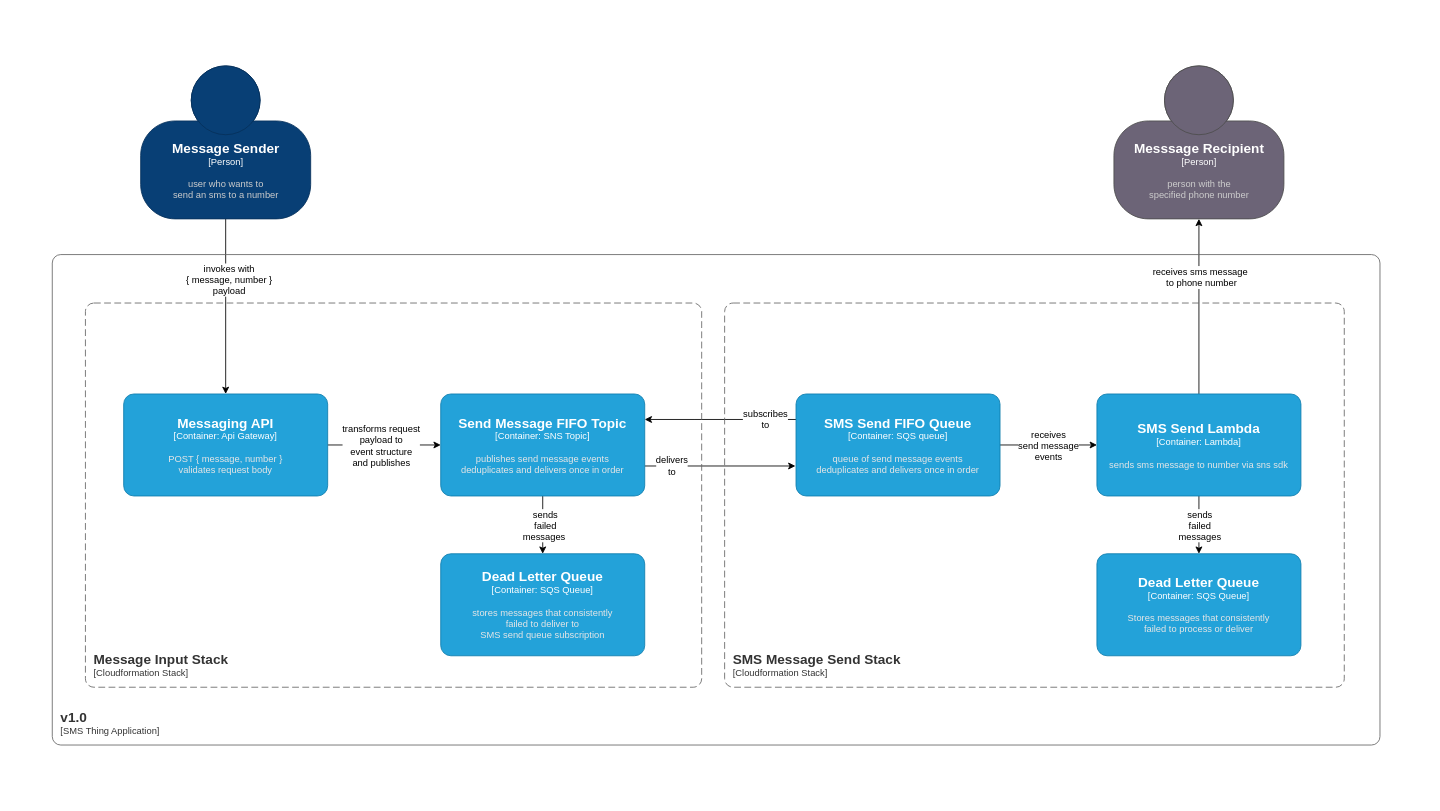
Earlier version of the draw.io diagram docs/diagram.drawio (revilossor/sms-thing). Source tidied: cells renumbered, new cells numbered last; positions are measured from the earlier drawing's top-left corner, leaving out a move shared by most shapes. Both pictures are drawn from the tidied source at 85%, with x=0, y=0 at pixel (14, 14).
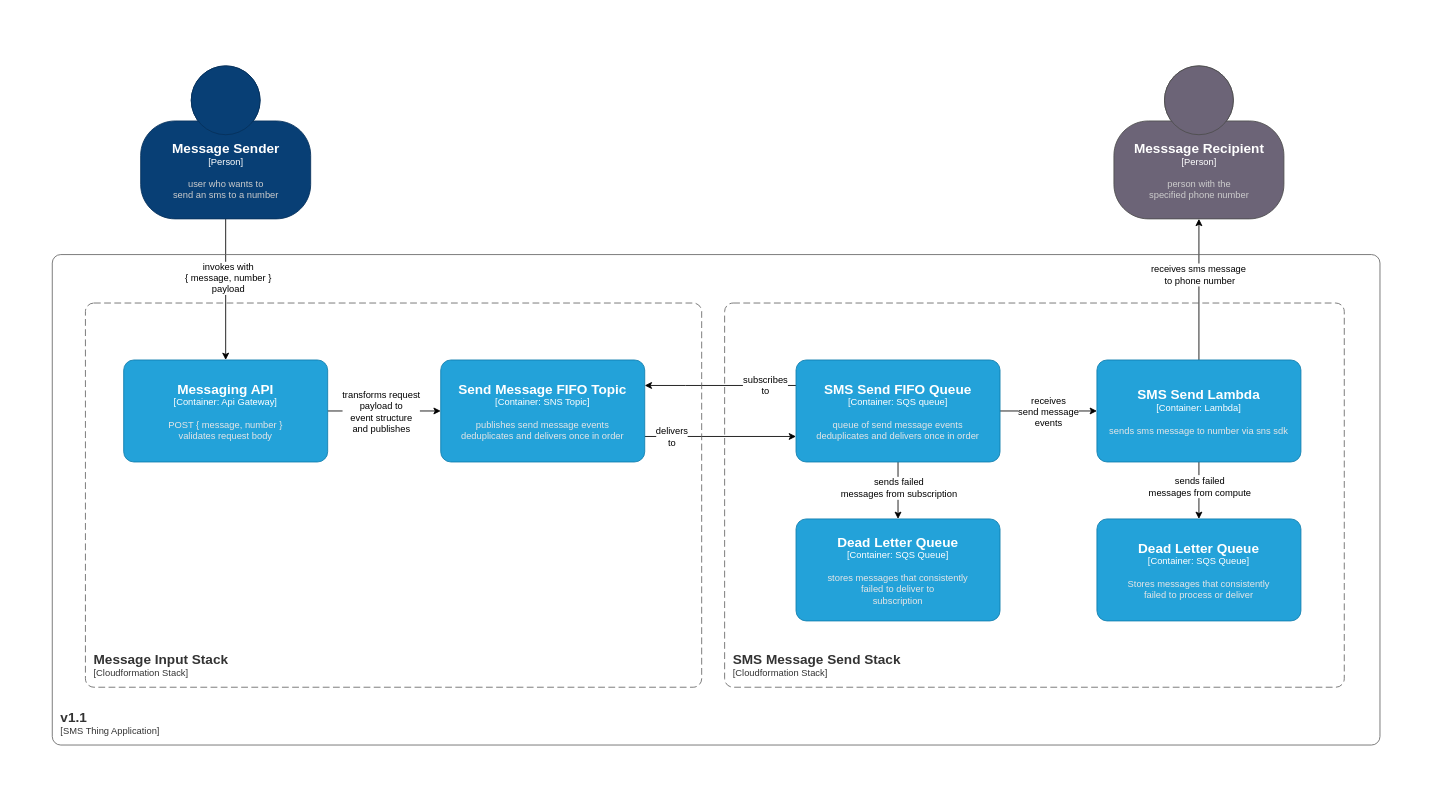
Above is the later version.

Commit message (it also covers changes not shown here):
update diagram; move delivery dlq into sms stack

Unchanged cells that the change refers to:
```xml
<mxCell id="3" style="edgeStyle=orthogonalEdgeStyle;rounded=0;jettySize=auto;html=1;entryX=0.5;entryY=0;entryDx=0;entryDy=0;entryPerimeter=0;" parent="1" edge="1" source="5" target="8">
  <mxGeometry relative="1" as="geometry" />
</mxCell>
<mxCell id="19" style="edgeStyle=orthogonalEdgeStyle;rounded=0;jettySize=auto;html=1;entryX=0.5;entryY=1;entryDx=0;entryDy=0;entryPerimeter=0;" parent="1" edge="1" source="23" target="24">
  <mxGeometry relative="1" as="geometry" />
</mxCell>
<mxCell id="21" style="edgeStyle=orthogonalEdgeStyle;rounded=0;jettySize=auto;html=1;entryX=0.5;entryY=0;entryDx=0;entryDy=0;entryPerimeter=0;" parent="1" edge="1" source="23" target="29">
  <mxGeometry relative="1" as="geometry" />
</mxCell>
```

Diff of the diagram source:
```diff
@@
     <mxCell id="4" value="invokes with&lt;br&gt;{ message, number }&lt;br&gt;payload" style="edgeLabel;html=1;align=center;verticalAlign=middle;" parent="3" vertex="1">
       <mxGeometry x="0.06" relative="1" as="geometry">
-        <mxPoint x="3" y="-38" as="offset" />
+        <mxPoint x="2" y="-19" as="offset" />
       </mxGeometry>
     </mxCell>
@@
     <object id="8" label="&lt;font style=&quot;font-size: 16px&quot;&gt;&lt;b&gt;%c4Name%&lt;/b&gt;&lt;/font&gt;&lt;div&gt;[%c4Type%: %c4Technology%]&lt;/div&gt;&lt;br&gt;&lt;div&gt;&lt;font style=&quot;font-size: 11px&quot;&gt;&lt;font color=&quot;#E6E6E6&quot;&gt;%c4Description%&lt;/font&gt;&lt;/div&gt;" c4Description="POST { message, number }&#10;validates request body" c4Name="Messaging API" c4Technology="Api Gateway" c4Type="Container" placeholders="1">
       <mxCell style="rounded=1;whiteSpace=wrap;html=1;fontSize=11;labelBackgroundColor=none;fillColor=#23A2D9;fontColor=#ffffff;align=center;arcSize=10;strokeColor=#0E7DAD;points=[[0.25,0,0],[0.5,0,0],[0.75,0,0],[1,0.25,0],[1,0.5,0],[1,0.75,0],[0.75,1,0],[0.5,1,0],[0.25,1,0],[0,0.75,0],[0,0.5,0],[0,0.25,0]];" parent="1" vertex="1">
-        <mxGeometry x="128" y="446" width="240" height="120" as="geometry" />
+        <mxGeometry x="128" y="406" width="240" height="120" as="geometry" />
       </mxCell>
     </object>
-    <mxCell id="9" style="edgeStyle=orthogonalEdgeStyle;rounded=0;jettySize=auto;html=1;entryX=-0.003;entryY=0.706;entryDx=0;entryDy=0;entryPerimeter=0;" parent="1" edge="1" source="13" target="18">
-      <mxGeometry relative="1" as="geometry">
-        <Array as="points">
-          <mxPoint x="919" y="531" />
-        </Array>
-      </mxGeometry>
+    <mxCell id="9" style="edgeStyle=orthogonalEdgeStyle;rounded=0;jettySize=auto;html=1;entryX=0;entryY=0.75;entryDx=0;entryDy=0;entryPerimeter=0;exitX=1;exitY=0.75;exitDx=0;exitDy=0;exitPerimeter=0;" parent="1" edge="1" source="13" target="18">
+      <mxGeometry relative="1" as="geometry" />
     </mxCell>
@@
-    <mxCell id="11" style="edgeStyle=orthogonalEdgeStyle;rounded=0;jettySize=auto;html=1;entryX=0.5;entryY=0;entryDx=0;entryDy=0;entryPerimeter=0;" parent="1" edge="1" source="13" target="28">
-      <mxGeometry relative="1" as="geometry" />
-    </mxCell>
-    <mxCell id="12" value="sends&lt;br&gt;failed&lt;br&gt;messages&amp;nbsp;" style="edgeLabel;html=1;align=center;verticalAlign=middle;" parent="11" vertex="1">
-      <mxGeometry y="2" relative="1" as="geometry" />
-    </mxCell>
     <object id="13" label="&lt;font style=&quot;font-size: 16px&quot;&gt;&lt;b&gt;%c4Name%&lt;/b&gt;&lt;/font&gt;&lt;div&gt;[%c4Type%: %c4Technology%]&lt;/div&gt;&lt;br&gt;&lt;div&gt;&lt;font style=&quot;font-size: 11px&quot;&gt;&lt;font color=&quot;#E6E6E6&quot;&gt;%c4Description%&lt;/font&gt;&lt;/div&gt;" c4Description="publishes send message events&#10;deduplicates and delivers once in order" c4Name="Send Message FIFO Topic" c4Technology="SNS Topic" c4Type="Container" placeholders="1">
       <mxCell style="rounded=1;whiteSpace=wrap;html=1;fontSize=11;labelBackgroundColor=none;fillColor=#23A2D9;fontColor=#ffffff;align=center;arcSize=10;strokeColor=#0E7DAD;points=[[0.25,0,0],[0.5,0,0],[0.75,0,0],[1,0.25,0],[1,0.5,0],[1,0.75,0],[0.75,1,0],[0.5,1,0],[0.25,1,0],[0,0.75,0],[0,0.5,0],[0,0.25,0]];" parent="1" vertex="1">
-        <mxGeometry x="501" y="446" width="240" height="120" as="geometry" />
+        <mxGeometry x="501" y="406" width="240" height="120" as="geometry" />
       </mxCell>
     </object>
-    <mxCell id="14" style="edgeStyle=orthogonalEdgeStyle;rounded=0;jettySize=auto;html=1;entryX=1;entryY=0.25;entryDx=0;entryDy=0;entryPerimeter=0;" parent="1" edge="1" source="18" target="13">
+    <mxCell id="14" style="edgeStyle=orthogonalEdgeStyle;rounded=0;jettySize=auto;html=1;entryX=1;entryY=0.25;entryDx=0;entryDy=0;entryPerimeter=0;exitX=0;exitY=0.25;exitDx=0;exitDy=0;exitPerimeter=0;" parent="1" edge="1" source="18" target="13">
       <mxGeometry relative="1" as="geometry">
         <Array as="points">
-          <mxPoint x="799" y="476" />
-          <mxPoint x="799" y="476" />
+          <mxPoint x="789" y="436" />
+          <mxPoint x="789" y="436" />
         </Array>
       </mxGeometry>
     </mxCell>
@@
+    <mxCell id="30" style="edgeStyle=orthogonalEdgeStyle;rounded=0;jettySize=auto;html=1;entryX=0.5;entryY=0;entryDx=0;entryDy=0;entryPerimeter=0;" parent="1" edge="1" source="18" target="28">
+      <mxGeometry relative="1" as="geometry" />
+    </mxCell>
+    <mxCell id="31" style="edgeLabel;html=1;align=center;verticalAlign=middle;" parent="30" vertex="1">
+      <mxGeometry x="-0.15" relative="1" as="geometry" />
+    </mxCell>
+    <mxCell id="32" value="sends failed&lt;br&gt;messages from subscription" style="edgeLabel;html=1;align=center;verticalAlign=middle;" parent="30" vertex="1">
+      <mxGeometry x="-0.02" relative="1" as="geometry">
+        <mxPoint y="-3" as="offset" />
+      </mxGeometry>
+    </mxCell>
     <object id="18" label="&lt;font style=&quot;font-size: 16px&quot;&gt;&lt;b&gt;%c4Name%&lt;/b&gt;&lt;/font&gt;&lt;div&gt;[%c4Type%: %c4Technology%]&lt;/div&gt;&lt;br&gt;&lt;div&gt;&lt;font style=&quot;font-size: 11px&quot;&gt;&lt;font color=&quot;#E6E6E6&quot;&gt;%c4Description%&lt;/font&gt;&lt;/div&gt;" c4Description="queue of send message events&#10;deduplicates and delivers once in order" c4Name="SMS Send FIFO Queue" c4Technology="SQS queue" c4Type="Container" placeholders="1">
       <mxCell style="rounded=1;whiteSpace=wrap;html=1;fontSize=11;labelBackgroundColor=none;fillColor=#23A2D9;fontColor=#ffffff;align=center;arcSize=10;strokeColor=#0E7DAD;points=[[0.25,0,0],[0.5,0,0],[0.75,0,0],[1,0.25,0],[1,0.5,0],[1,0.75,0],[0.75,1,0],[0.5,1,0],[0.25,1,0],[0,0.75,0],[0,0.5,0],[0,0.25,0]];" parent="1" vertex="1">
-        <mxGeometry x="919" y="446" width="240" height="120" as="geometry" />
+        <mxGeometry x="919" y="406" width="240" height="120" as="geometry" />
       </mxCell>
     </object>
@@
     <mxCell id="20" value="receives sms message&amp;nbsp;&lt;br&gt;to phone number" style="edgeLabel;html=1;align=center;verticalAlign=middle;" parent="19" vertex="1">
       <mxGeometry x="0.02" relative="1" as="geometry">
-        <mxPoint x="2" y="-33" as="offset" />
+        <mxPoint y="-16" as="offset" />
       </mxGeometry>
     </mxCell>
@@
-    <mxCell id="22" value="sends&lt;br&gt;failed&lt;br&gt;messages" style="edgeLabel;html=1;align=center;verticalAlign=middle;" parent="21" vertex="1">
+    <mxCell id="22" value="sends failed&lt;br&gt;messages from compute" style="edgeLabel;html=1;align=center;verticalAlign=middle;" parent="21" vertex="1">
       <mxGeometry x="-0.2" y="1" relative="1" as="geometry">
-        <mxPoint x="-1" y="7" as="offset" />
+        <mxPoint x="-1" y="1" as="offset" />
       </mxGeometry>
     </mxCell>
     <object id="23" label="&lt;font style=&quot;font-size: 16px&quot;&gt;&lt;b&gt;%c4Name%&lt;/b&gt;&lt;/font&gt;&lt;div&gt;[%c4Type%: %c4Technology%]&lt;/div&gt;&lt;br&gt;&lt;div&gt;&lt;font style=&quot;font-size: 11px&quot;&gt;&lt;font color=&quot;#E6E6E6&quot;&gt;%c4Description%&lt;/font&gt;&lt;/div&gt;" c4Description="sends sms message to number via sns sdk" c4Name="SMS Send Lambda" c4Technology="Lambda" c4Type="Container" placeholders="1">
       <mxCell style="rounded=1;whiteSpace=wrap;html=1;fontSize=11;labelBackgroundColor=none;fillColor=#23A2D9;fontColor=#ffffff;align=center;arcSize=10;strokeColor=#0E7DAD;points=[[0.25,0,0],[0.5,0,0],[0.75,0,0],[1,0.25,0],[1,0.5,0],[1,0.75,0],[0.75,1,0],[0.5,1,0],[0.25,1,0],[0,0.75,0],[0,0.5,0],[0,0.25,0]];" parent="1" vertex="1">
-        <mxGeometry x="1273" y="446" width="240" height="120" as="geometry" />
+        <mxGeometry x="1273" y="406" width="240" height="120" as="geometry" />
       </mxCell>
     </object>
@@
-    <object id="27" label="&lt;font style=&quot;font-size: 16px&quot;&gt;&lt;b&gt;&lt;div style=&quot;text-align: left&quot;&gt;%c4Name%&lt;/div&gt;&lt;/b&gt;&lt;/font&gt;&lt;div style=&quot;text-align: left&quot;&gt;[%c4Application%]&lt;/div&gt;" c4Application="SMS Thing Application" c4Name="v1.0" placeholders="1">
+    <object id="27" label="&lt;font style=&quot;font-size: 16px&quot;&gt;&lt;b&gt;&lt;div style=&quot;text-align: left&quot;&gt;%c4Name%&lt;/div&gt;&lt;/b&gt;&lt;/font&gt;&lt;div style=&quot;text-align: left&quot;&gt;[%c4Application%]&lt;/div&gt;" c4Application="SMS Thing Application" c4Name="v1.1" placeholders="1">
       <mxCell style="rounded=1;fontSize=11;whiteSpace=wrap;html=1;arcSize=20;fillColor=none;strokeColor=#666666;fontColor=#333333;labelBackgroundColor=none;align=left;verticalAlign=bottom;labelBorderColor=none;spacingTop=0;spacing=10;perimeter=rectanglePerimeter;noLabel=0;labelPadding=0;absoluteArcSize=1;" parent="1" vertex="1">
         <mxGeometry x="44" y="282" width="1562" height="577" as="geometry" />
       </mxCell>
     </object>
-    <object id="28" label="&lt;font style=&quot;font-size: 16px&quot;&gt;&lt;b&gt;%c4Name%&lt;/b&gt;&lt;/font&gt;&lt;div&gt;[%c4Type%: %c4Technology%]&lt;/div&gt;&lt;br&gt;&lt;div&gt;&lt;font style=&quot;font-size: 11px&quot;&gt;&lt;font color=&quot;#E6E6E6&quot;&gt;%c4Description%&lt;/font&gt;&lt;/div&gt;" c4Description="stores messages that consistently&#10;failed to deliver to&#10;SMS send queue subscription" c4Name="Dead Letter Queue" c4Technology="SQS Queue" c4Type="Container" placeholders="1">
+    <object id="28" label="&lt;font style=&quot;font-size: 16px&quot;&gt;&lt;b&gt;%c4Name%&lt;/b&gt;&lt;/font&gt;&lt;div&gt;[%c4Type%: %c4Technology%]&lt;/div&gt;&lt;br&gt;&lt;div&gt;&lt;font style=&quot;font-size: 11px&quot;&gt;&lt;font color=&quot;#E6E6E6&quot;&gt;%c4Description%&lt;/font&gt;&lt;/div&gt;" c4Description="stores messages that consistently&#10;failed to deliver to&#10;subscription" c4Name="Dead Letter Queue" c4Technology="SQS Queue" c4Type="Container" placeholders="1">
       <mxCell style="rounded=1;whiteSpace=wrap;html=1;fontSize=11;labelBackgroundColor=none;fillColor=#23A2D9;fontColor=#ffffff;align=center;arcSize=10;strokeColor=#0E7DAD;points=[[0.25,0,0],[0.5,0,0],[0.75,0,0],[1,0.25,0],[1,0.5,0],[1,0.75,0],[0.75,1,0],[0.5,1,0],[0.25,1,0],[0,0.75,0],[0,0.5,0],[0,0.25,0]];" parent="1" vertex="1">
-        <mxGeometry x="501" y="634" width="240" height="120" as="geometry" />
+        <mxGeometry x="919" y="593" width="240" height="120" as="geometry" />
       </mxCell>
     </object>
     <object id="29" label="&lt;font style=&quot;font-size: 16px&quot;&gt;&lt;b&gt;%c4Name%&lt;/b&gt;&lt;/font&gt;&lt;div&gt;[%c4Type%: %c4Technology%]&lt;/div&gt;&lt;br&gt;&lt;div&gt;&lt;font style=&quot;font-size: 11px&quot;&gt;&lt;font color=&quot;#E6E6E6&quot;&gt;%c4Description%&lt;/font&gt;&lt;/div&gt;" c4Description="Stores messages that consistently&#10;failed to process or deliver" c4Name="Dead Letter Queue" c4Technology="SQS Queue" c4Type="Container" placeholders="1">
       <mxCell style="rounded=1;whiteSpace=wrap;html=1;fontSize=11;labelBackgroundColor=none;fillColor=#23A2D9;fontColor=#ffffff;align=center;arcSize=10;strokeColor=#0E7DAD;points=[[0.25,0,0],[0.5,0,0],[0.75,0,0],[1,0.25,0],[1,0.5,0],[1,0.75,0],[0.75,1,0],[0.5,1,0],[0.25,1,0],[0,0.75,0],[0,0.5,0],[0,0.25,0]];" parent="1" vertex="1">
-        <mxGeometry x="1273" y="634" width="240" height="120" as="geometry" />
+        <mxGeometry x="1273" y="593" width="240" height="120" as="geometry" />
       </mxCell>
     </object>
```
